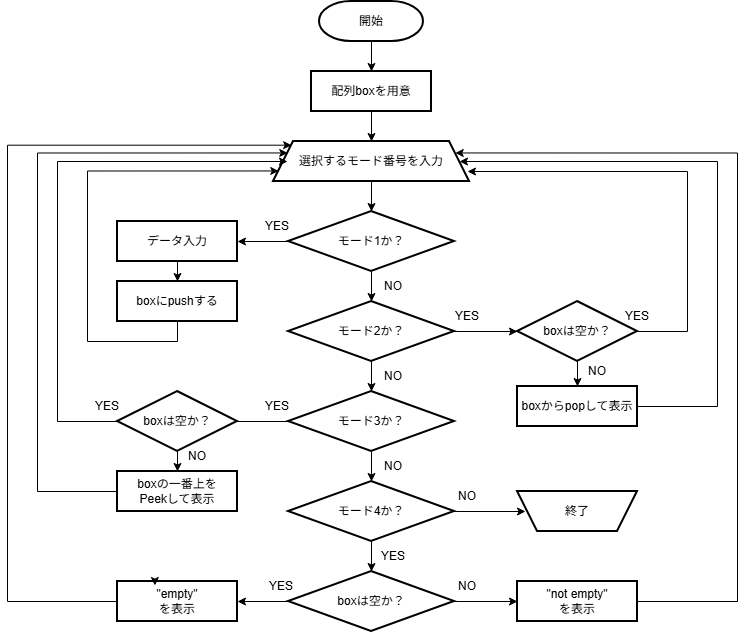
Hyuto46/5-7 keeps this draw.io diagram as lesson01.png. Above is the earlier version. Source tidied: cells renumbered, new cells last; positions are measured from the earlier drawing's top-left corner, leaving out a move shared by most shapes.
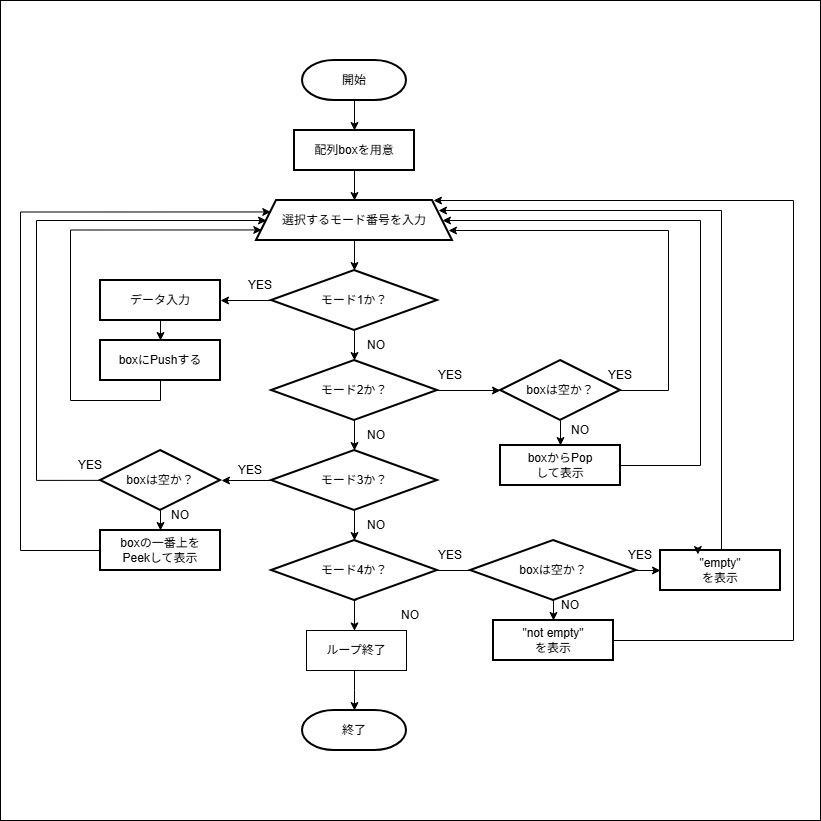
The same file after the commit.

The edit, as a diff of the source:
```diff
@@ -2,6 +2,9 @@
   <root>
     <mxCell id="0" />
     <mxCell id="1" parent="0" />
+    <mxCell id="57" value="&amp;nbsp; &amp;nbsp; &amp;nbsp; &amp;nbsp; &amp;nbsp; &amp;nbsp; &amp;nbsp; &amp;nbsp; &amp;nbsp;&amp;nbsp; " style="whiteSpace=wrap;html=1;" parent="1" vertex="1">
+      <mxGeometry x="10" y="-60" width="820" height="820" as="geometry" />
+    </mxCell>
     <mxCell id="2" style="edgeStyle=orthogonalEdgeStyle;rounded=0;jettySize=auto;html=1;" parent="1" edge="1" source="3" target="5">
       <mxGeometry relative="1" as="geometry" />
     </mxCell>
@@ -43,20 +46,20 @@
     <mxCell id="14" style="edgeStyle=orthogonalEdgeStyle;rounded=0;jettySize=auto;html=1;" parent="1" edge="1" source="16" target="19">
       <mxGeometry relative="1" as="geometry" />
     </mxCell>
-    <mxCell id="15" style="edgeStyle=orthogonalEdgeStyle;rounded=0;jettySize=auto;html=1;" parent="1" edge="1" source="16" target="30">
-      <mxGeometry relative="1" as="geometry" />
-    </mxCell>
     <mxCell id="16" value="モード3か？" style="rhombus;whiteSpace=wrap;html=1;strokeWidth=2;" parent="1" vertex="1">
       <mxGeometry x="281" y="390" width="166" height="60" as="geometry" />
     </mxCell>
-    <mxCell id="17" style="edgeStyle=orthogonalEdgeStyle;rounded=0;jettySize=auto;html=1;" parent="1" edge="1" source="19" target="22">
-      <mxGeometry relative="1" as="geometry" />
-    </mxCell>
     <mxCell id="18" style="edgeStyle=orthogonalEdgeStyle;rounded=0;jettySize=auto;html=1;" parent="1" edge="1" source="19">
       <mxGeometry relative="1" as="geometry">
         <mxPoint x="518" y="510" as="targetPoint" />
       </mxGeometry>
     </mxCell>
+    <mxCell id="58" style="edgeStyle=orthogonalEdgeStyle;rounded=0;orthogonalLoop=1;jettySize=auto;html=1;exitX=0.5;exitY=1;exitDx=0;exitDy=0;entryX=0.459;entryY=0.022;entryDx=0;entryDy=0;entryPerimeter=0;" parent="1" edge="1">
+      <mxGeometry relative="1" as="geometry">
+        <mxPoint x="366.1" y="539.6" as="sourcePoint" />
+        <mxPoint x="364" y="570.4" as="targetPoint" />
+      </mxGeometry>
+    </mxCell>
     <mxCell id="19" value="モード4か？" style="rhombus;whiteSpace=wrap;html=1;strokeWidth=2;" parent="1" vertex="1">
       <mxGeometry x="281" y="480" width="166" height="60" as="geometry" />
     </mxCell>
@@ -67,7 +70,7 @@
       <mxGeometry relative="1" as="geometry" />
     </mxCell>
     <mxCell id="22" value="boxは空か？" style="rhombus;whiteSpace=wrap;html=1;strokeWidth=2;" parent="1" vertex="1">
-      <mxGeometry x="281" y="570" width="166" height="60" as="geometry" />
+      <mxGeometry x="480" y="480" width="166" height="60" as="geometry" />
     </mxCell>
     <mxCell id="23" style="edgeStyle=orthogonalEdgeStyle;rounded=0;jettySize=auto;html=1;" parent="1" edge="1" source="24" target="6">
       <mxGeometry relative="1" as="geometry">
@@ -77,7 +80,7 @@
         </Array>
       </mxGeometry>
     </mxCell>
-    <mxCell id="24" value="boxからpopして表示" style="whiteSpace=wrap;html=1;strokeWidth=2;" parent="1" vertex="1">
+    <mxCell id="24" value="boxからPop&lt;br&gt;して表示" style="whiteSpace=wrap;html=1;strokeWidth=2;" parent="1" vertex="1">
       <mxGeometry x="510" y="385" width="120" height="40" as="geometry" />
     </mxCell>
     <mxCell id="25" style="edgeStyle=orthogonalEdgeStyle;rounded=0;jettySize=auto;html=1;" parent="1" edge="1" source="26" target="28">
@@ -95,7 +98,7 @@
         </Array>
       </mxGeometry>
     </mxCell>
-    <mxCell id="28" value="boxにpushする" style="whiteSpace=wrap;html=1;strokeWidth=2;" parent="1" vertex="1">
+    <mxCell id="28" value="boxにPushする" style="whiteSpace=wrap;html=1;strokeWidth=2;" parent="1" vertex="1">
       <mxGeometry x="110" y="280" width="120" height="40" as="geometry" />
     </mxCell>
     <mxCell id="29" style="edgeStyle=orthogonalEdgeStyle;rounded=0;jettySize=auto;html=1;entryX=0;entryY=0.25;entryDx=0;entryDy=0;" parent="1" edge="1" source="30" target="6">
@@ -109,31 +112,32 @@
     <mxCell id="30" value="boxの一番上を&lt;div&gt;Peekして表示&lt;/div&gt;" style="whiteSpace=wrap;html=1;strokeWidth=2;" parent="1" vertex="1">
       <mxGeometry x="110" y="470" width="120" height="40" as="geometry" />
     </mxCell>
-    <mxCell id="31" style="edgeStyle=orthogonalEdgeStyle;rounded=0;jettySize=auto;html=1;entryX=1;entryY=0.25;entryDx=0;entryDy=0;" parent="1" edge="1" source="32" target="6">
-      <mxGeometry relative="1" as="geometry">
-        <Array as="points">
-          <mxPoint x="730" y="600" />
-          <mxPoint x="730" y="151" />
-        </Array>
-      </mxGeometry>
-    </mxCell>
+    <mxCell id="59" style="edgeStyle=orthogonalEdgeStyle;rounded=0;jettySize=auto;html=1;exitX=1;exitY=0.5;exitDx=0;exitDy=0;" parent="1" edge="1" source="32">
+      <mxGeometry relative="1" as="geometry">
+        <mxPoint x="443" y="140" as="targetPoint" />
+        <Array as="points">
+          <mxPoint x="803" y="580" />
+          <mxPoint x="803" y="140" />
+          <mxPoint x="443" y="140" />
+        </Array>
+      </mxGeometry>
+    </mxCell>
     <mxCell id="32" value="&quot;not empty&quot;&lt;div&gt;を表示&lt;/div&gt;" style="whiteSpace=wrap;html=1;strokeWidth=2;" parent="1" vertex="1">
-      <mxGeometry x="510" y="580" width="120" height="40" as="geometry" />
+      <mxGeometry x="503" y="560" width="120" height="40" as="geometry" />
     </mxCell>
-    <mxCell id="33" style="edgeStyle=orthogonalEdgeStyle;rounded=0;jettySize=auto;html=1;entryX=0;entryY=0;entryDx=0;entryDy=0;" parent="1" edge="1" source="34" target="6">
-      <mxGeometry relative="1" as="geometry">
-        <Array as="points">
-          <mxPoint y="600" />
-          <mxPoint y="144" />
-        </Array>
-      </mxGeometry>
-    </mxCell>
+    <mxCell id="60" style="edgeStyle=orthogonalEdgeStyle;rounded=0;orthogonalLoop=1;jettySize=auto;html=1;exitX=0.5;exitY=0;exitDx=0;exitDy=0;" parent="1" edge="1">
+      <mxGeometry relative="1" as="geometry">
+        <mxPoint x="731" y="490" as="sourcePoint" />
+        <mxPoint x="448" y="150" as="targetPoint" />
+        <Array as="points">
+          <mxPoint x="731" y="150" />
+          <mxPoint x="448" y="150" />
+        </Array>
+      </mxGeometry>
+    </mxCell>
     <mxCell id="34" value="&quot;empty&quot;&lt;div&gt;を表示&lt;/div&gt;" style="whiteSpace=wrap;html=1;strokeWidth=2;" parent="1" vertex="1">
-      <mxGeometry x="110" y="580" width="120" height="40" as="geometry" />
+      <mxGeometry x="670" y="490" width="120" height="40" as="geometry" />
     </mxCell>
-    <mxCell id="35" value="終了" style="shape=trapezoid;perimeter=trapezoidPerimeter;whiteSpace=wrap;html=1;fixedSize=1;strokeWidth=2;rotation=0;verticalAlign=middle;horizontal=1;direction=west;" parent="1" vertex="1">
-      <mxGeometry x="510" y="490" width="120" height="40" as="geometry" />
-    </mxCell>
     <mxCell id="36" value="YES" style="text;html=1;whiteSpace=wrap;strokeColor=none;fillColor=none;align=center;verticalAlign=middle;rounded=0;" parent="1" vertex="1">
       <mxGeometry x="240" y="210" width="60" height="30" as="geometry" />
     </mxCell>
@@ -147,32 +151,33 @@
       <mxGeometry x="356" y="450" width="60" height="30" as="geometry" />
     </mxCell>
     <mxCell id="40" value="NO" style="text;html=1;whiteSpace=wrap;strokeColor=none;fillColor=none;align=center;verticalAlign=middle;rounded=0;" parent="1" vertex="1">
-      <mxGeometry x="430" y="480" width="60" height="30" as="geometry" />
+      <mxGeometry x="390" y="540" width="60" height="30" as="geometry" />
     </mxCell>
     <mxCell id="41" value="NO" style="text;html=1;whiteSpace=wrap;strokeColor=none;fillColor=none;align=center;verticalAlign=middle;rounded=0;" parent="1" vertex="1">
-      <mxGeometry x="430" y="570" width="60" height="30" as="geometry" />
+      <mxGeometry x="550" y="530" width="60" height="30" as="geometry" />
     </mxCell>
     <mxCell id="42" value="YES" style="text;html=1;whiteSpace=wrap;strokeColor=none;fillColor=none;align=center;verticalAlign=middle;rounded=0;" parent="1" vertex="1">
       <mxGeometry x="430" y="300" width="60" height="30" as="geometry" />
     </mxCell>
     <mxCell id="43" value="YES" style="text;html=1;whiteSpace=wrap;strokeColor=none;fillColor=none;align=center;verticalAlign=middle;rounded=0;" parent="1" vertex="1">
-      <mxGeometry x="240" y="390" width="60" height="30" as="geometry" />
+      <mxGeometry x="230" y="395" width="60" height="30" as="geometry" />
     </mxCell>
     <mxCell id="44" value="YES" style="text;html=1;whiteSpace=wrap;strokeColor=none;fillColor=none;align=center;verticalAlign=middle;rounded=0;" parent="1" vertex="1">
-      <mxGeometry x="244" y="570" width="60" height="30" as="geometry" />
+      <mxGeometry x="620" y="480" width="60" height="30" as="geometry" />
     </mxCell>
     <mxCell id="45" value="YES" style="text;html=1;whiteSpace=wrap;strokeColor=none;fillColor=none;align=center;verticalAlign=middle;rounded=0;" parent="1" vertex="1">
-      <mxGeometry x="356" y="540" width="60" height="30" as="geometry" />
+      <mxGeometry x="430" y="480" width="60" height="30" as="geometry" />
     </mxCell>
     <mxCell id="46" style="edgeStyle=orthogonalEdgeStyle;rounded=0;orthogonalLoop=1;jettySize=auto;html=1;exitX=0.25;exitY=0;exitDx=0;exitDy=0;entryX=0.312;entryY=0.1;entryDx=0;entryDy=0;entryPerimeter=0;" parent="1" edge="1" source="34" target="34">
       <mxGeometry relative="1" as="geometry" />
     </mxCell>
-    <mxCell id="47" style="edgeStyle=orthogonalEdgeStyle;rounded=0;jettySize=auto;html=1;exitX=1;exitY=0.5;exitDx=0;exitDy=0;" parent="1" edge="1" source="54">
+    <mxCell id="47" style="edgeStyle=orthogonalEdgeStyle;rounded=0;orthogonalLoop=1;jettySize=auto;html=1;exitX=1;exitY=0.5;exitDx=0;exitDy=0;" parent="1" edge="1">
       <mxGeometry relative="1" as="geometry">
-        <mxPoint x="460" y="170" as="targetPoint" />
+        <mxPoint x="628" y="330" as="sourcePoint" />
+        <mxPoint x="458" y="170" as="targetPoint" />
         <Array as="points">
-          <mxPoint x="680" y="330" />
-          <mxPoint x="680" y="170" />
+          <mxPoint x="678" y="330" />
+          <mxPoint x="678" y="170" />
         </Array>
       </mxGeometry>
     </mxCell>
@@ -182,16 +187,18 @@
     <mxCell id="49" value="NO" style="text;html=1;whiteSpace=wrap;strokeColor=none;fillColor=none;align=center;verticalAlign=middle;rounded=0;" parent="1" vertex="1">
       <mxGeometry x="560" y="355" width="60" height="30" as="geometry" />
     </mxCell>
-    <mxCell id="50" style="edgeStyle=orthogonalEdgeStyle;rounded=0;jettySize=auto;html=1;" parent="1" edge="1" source="51">
+    <mxCell id="50" style="edgeStyle=orthogonalEdgeStyle;rounded=0;jettySize=auto;html=1;exitX=0.655;exitY=0.996;exitDx=0;exitDy=0;exitPerimeter=0;" parent="1" edge="1" source="55">
       <mxGeometry relative="1" as="geometry">
-        <mxPoint x="280" y="160" as="targetPoint" />
+        <mxPoint x="276" y="160" as="targetPoint" />
         <Array as="points">
-          <mxPoint x="50" y="420" />
-          <mxPoint x="50" y="160" />
-          <mxPoint x="280" y="160" />
+          <mxPoint x="46" y="420" />
+          <mxPoint x="46" y="160" />
         </Array>
       </mxGeometry>
     </mxCell>
+    <mxCell id="61" style="edgeStyle=orthogonalEdgeStyle;rounded=0;jettySize=auto;html=1;" parent="1" edge="1" source="51" target="30">
+      <mxGeometry relative="1" as="geometry" />
+    </mxCell>
     <mxCell id="51" value="boxは空か？" style="rhombus;whiteSpace=wrap;html=1;strokeWidth=2;" parent="1" vertex="1">
       <mxGeometry x="110" y="390" width="120" height="60" as="geometry" />
     </mxCell>
@@ -210,5 +217,27 @@
     <mxCell id="56" value="NO" style="text;html=1;whiteSpace=wrap;strokeColor=none;fillColor=none;align=center;verticalAlign=middle;rounded=0;" parent="1" vertex="1">
       <mxGeometry x="160" y="440" width="60" height="30" as="geometry" />
     </mxCell>
+    <mxCell id="35" value="終了" style="strokeWidth=2;html=1;shape=mxgraph.flowchart.terminator;whiteSpace=wrap;" parent="1" vertex="1">
+      <mxGeometry x="312" y="650" width="104" height="40" as="geometry" />
+    </mxCell>
+    <mxCell id="62" style="edgeStyle=orthogonalEdgeStyle;rounded=0;orthogonalLoop=1;jettySize=auto;html=1;" parent="1" edge="1">
+      <mxGeometry relative="1" as="geometry">
+        <mxPoint x="364" y="610" as="sourcePoint" />
+        <mxPoint x="364" y="650" as="targetPoint" />
+        <Array as="points">
+          <mxPoint x="364" y="630" />
+          <mxPoint x="364" y="630" />
+        </Array>
+      </mxGeometry>
+    </mxCell>
+    <mxCell id="63" value="ループ終了" style="rounded=0;whiteSpace=wrap;html=1;" parent="1" vertex="1">
+      <mxGeometry x="316" y="570" width="100" height="40" as="geometry" />
+    </mxCell>
+    <mxCell id="64" style="endArrow=classic;html=1;rounded=0;exitX=0;exitY=0.5;exitDx=0;exitDy=0;" parent="1" edge="1">
+      <mxGeometry relative="1" as="geometry">
+        <mxPoint x="282" y="420" as="sourcePoint" />
+        <mxPoint x="231" y="420" as="targetPoint" />
+      </mxGeometry>
+    </mxCell>
   </root>
 </mxGraphModel>
```
